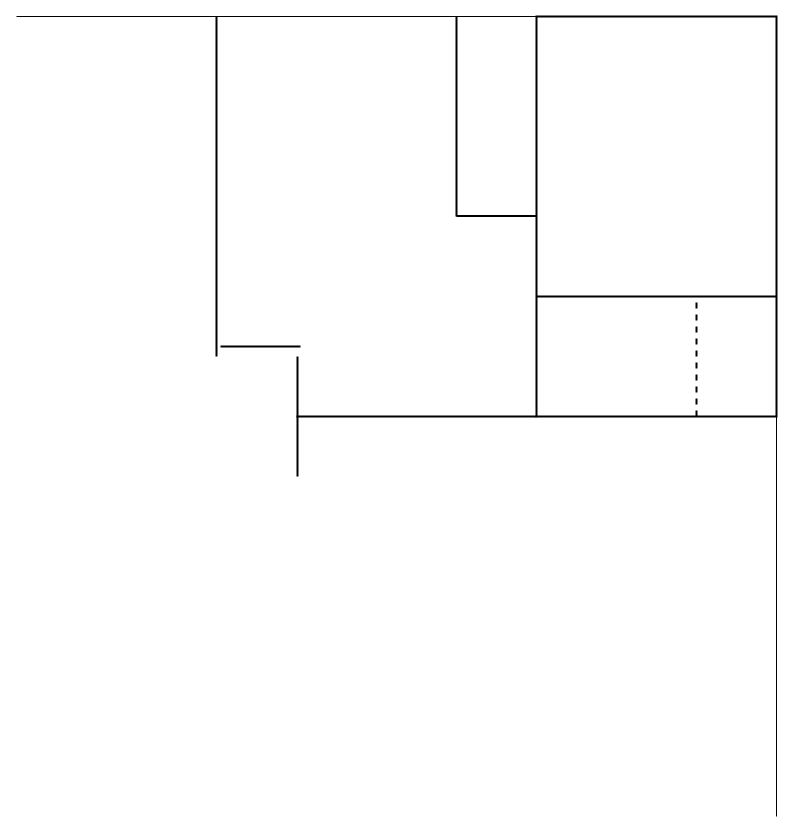
vadramson/Drawings keeps this draw.io diagram as Upstation_STudio_approach.drawio. Above is the earlier version. Source tidied: cells renumbered, new cells numbered last; positions are measured from the earlier drawing's top-left corner, leaving out a move shared by most shapes. Both pictures are drawn from the tidied source at 100%, with x=0, y=0 at pixel (16, 16).
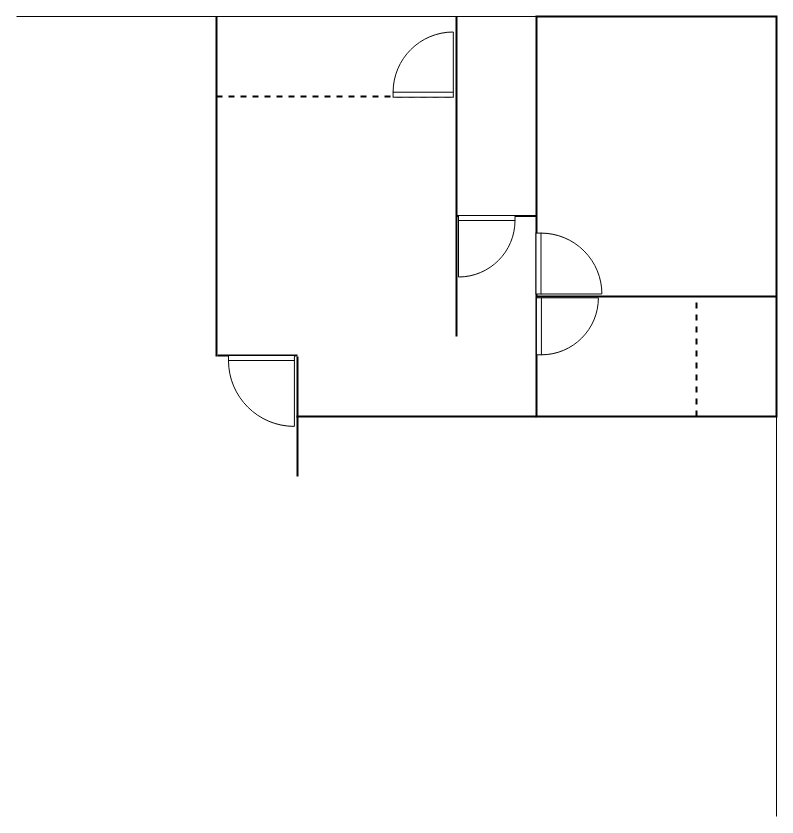
Above is the later version.

Diff of the diagram source:
```diff
@@
     <mxCell id="5" style="endArrow=none;html=1;rounded=0;strokeWidth=2;" parent="1" edge="1">
       <mxGeometry relative="1" as="geometry">
-        <mxPoint x="440" y="200" as="sourcePoint" />
+        <mxPoint x="440" y="320" as="sourcePoint" />
         <mxPoint x="440" as="targetPoint" />
       </mxGeometry>
     </mxCell>
@@
     <mxCell id="12" style="endArrow=none;html=1;rounded=0;strokeWidth=2;" parent="1" edge="1">
       <mxGeometry relative="1" as="geometry">
-        <mxPoint x="204" y="330" as="sourcePoint" />
-        <mxPoint x="284" y="330" as="targetPoint" />
+        <mxPoint x="201" y="339" as="sourcePoint" />
+        <mxPoint x="281" y="339" as="targetPoint" />
       </mxGeometry>
     </mxCell>
+    <mxCell id="13" style="endArrow=none;html=1;rounded=0;strokeWidth=2;dashed=1;" parent="1" edge="1">
+      <mxGeometry relative="1" as="geometry">
+        <mxPoint x="200" y="80" as="sourcePoint" />
+        <mxPoint x="440" y="80" as="targetPoint" />
+        <Array as="points">
+          <mxPoint x="350" y="80" />
+        </Array>
+      </mxGeometry>
+    </mxCell>
+    <mxCell id="14" style="verticalLabelPosition=bottom;html=1;verticalAlign=top;align=center;shape=mxgraph.floorplan.doorRight;rotation=0;" parent="1" vertex="1">
+      <mxGeometry x="212" y="339" width="65.9" height="70" as="geometry" />
+    </mxCell>
+    <mxCell id="15" style="verticalLabelPosition=bottom;html=1;verticalAlign=top;align=center;shape=mxgraph.floorplan.doorLeft;rotation=-90;" parent="1" vertex="1">
+      <mxGeometry x="521.4" y="214.7" width="60.9" height="64.7" as="geometry" />
+    </mxCell>
+    <mxCell id="16" style="verticalLabelPosition=bottom;html=1;verticalAlign=top;align=center;shape=mxgraph.floorplan.doorLeft;rotation=0;" parent="1" vertex="1">
+      <mxGeometry x="442" y="199" width="56.5" height="60" as="geometry" />
+    </mxCell>
+    <mxCell id="17" style="verticalLabelPosition=bottom;html=1;verticalAlign=top;align=center;shape=mxgraph.floorplan.doorLeft;rotation=-180;" parent="1" vertex="1">
+      <mxGeometry x="376.6" y="16.7" width="60.2" height="64" as="geometry" />
+    </mxCell>
+    <mxCell id="18" style="verticalLabelPosition=bottom;html=1;verticalAlign=top;align=center;shape=mxgraph.floorplan.doorRight;rotation=-90;" parent="1" vertex="1">
+      <mxGeometry x="521.7" y="279.5" width="57" height="60.6" as="geometry" />
+    </mxCell>
```
